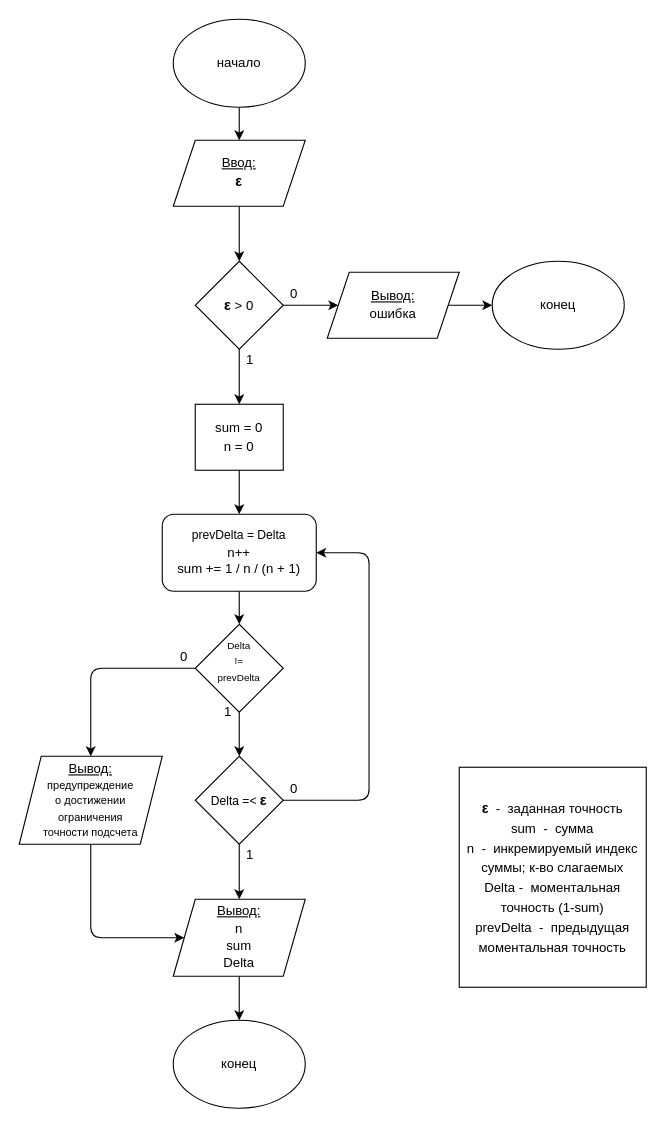
This is text/Диаграмма.drawio from eldarbr/silver-funicular, a draw.io file, before an edit. Source tidied: cells renumbered, new cells numbered last; positions are measured from the earlier drawing's top-left corner, leaving out a move shared by most shapes. Both pictures are drawn from the tidied source at 110%, with x=0, y=0 at pixel (19, 19).
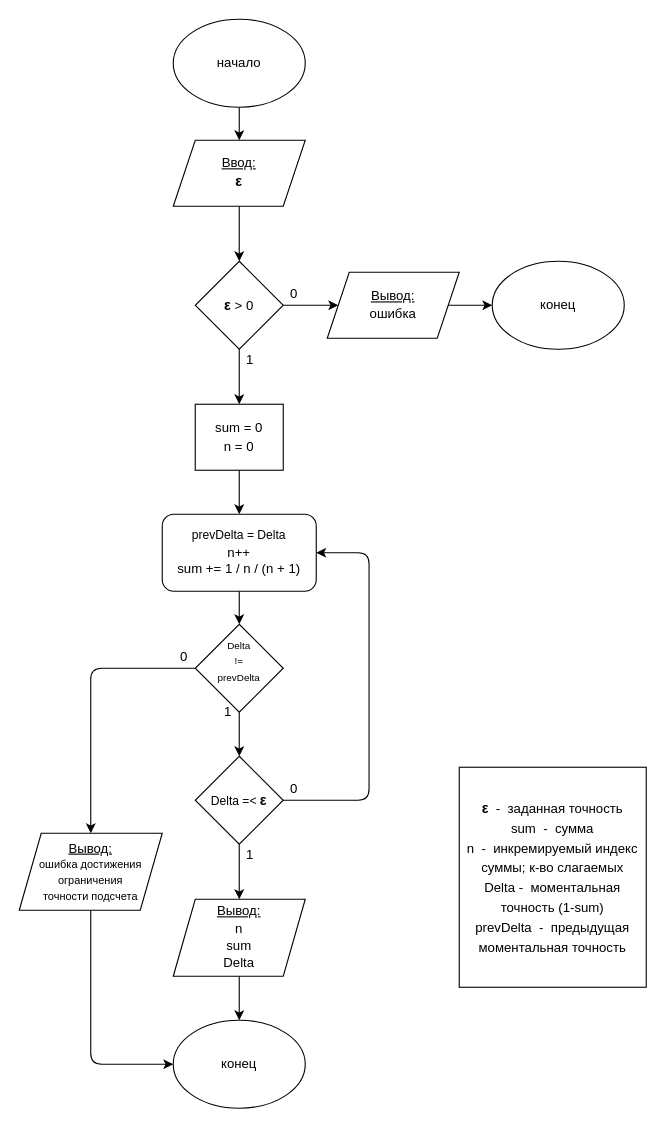
The same page after the edit.

Unchanged cells that the change refers to:
```xml
<mxCell id="14" value="&lt;p style=&quot;line-height: 1.3&quot;&gt;&lt;u&gt;Вывод:&lt;/u&gt;&lt;br&gt;n&lt;br&gt;sum&lt;br&gt;Delta&lt;/p&gt;" style="shape=parallelogram;perimeter=parallelogramPerimeter;whiteSpace=wrap;html=1;fixedSize=1;" parent="1" vertex="1">
  <mxGeometry x="140" y="800" width="120" height="70" as="geometry" />
</mxCell>
<mxCell id="16" value="конец" style="ellipse;whiteSpace=wrap;html=1;" parent="1" vertex="1">
  <mxGeometry x="140" y="910" width="120" height="80" as="geometry" />
</mxCell>
```

The edit, as a diff of the source:
```diff
@@
-    <mxCell id="32" value="&lt;font&gt;&lt;u&gt;&lt;font style=&quot;font-size: 12px&quot;&gt;Вывод:&lt;/font&gt;&lt;/u&gt;&lt;br&gt;&lt;span style=&quot;font-size: 10px&quot;&gt;предупреждение&lt;/span&gt;&lt;br&gt;&lt;span style=&quot;font-size: 10px&quot;&gt;о достижении&lt;/span&gt;&lt;br&gt;&lt;span style=&quot;font-size: 10px&quot;&gt;ограничения&lt;/span&gt;&lt;br&gt;&lt;span style=&quot;font-size: 10px&quot;&gt;точности подсчета&lt;/span&gt;&lt;/font&gt;" style="shape=parallelogram;perimeter=parallelogramPerimeter;whiteSpace=wrap;html=1;fixedSize=1;align=center;" parent="1" vertex="1">
-      <mxGeometry y="670" width="130" height="80" as="geometry" />
+    <mxCell id="32" value="&lt;font&gt;&lt;u&gt;&lt;font style=&quot;font-size: 12px&quot;&gt;Вывод:&lt;/font&gt;&lt;/u&gt;&lt;br&gt;&lt;span style=&quot;font-size: 10px&quot;&gt;ошибка&lt;/span&gt;&lt;span style=&quot;font-size: 10px&quot;&gt;&amp;nbsp;достижения&lt;/span&gt;&lt;br&gt;&lt;span style=&quot;font-size: 10px&quot;&gt;ограничения&lt;/span&gt;&lt;br&gt;&lt;span style=&quot;font-size: 10px&quot;&gt;точности подсчета&lt;/span&gt;&lt;/font&gt;" style="shape=parallelogram;perimeter=parallelogramPerimeter;whiteSpace=wrap;html=1;fixedSize=1;align=center;" parent="1" vertex="1">
+      <mxGeometry y="740" width="130" height="70" as="geometry" />
     </mxCell>
-    <mxCell id="33" style="endArrow=classic;html=1;exitX=0.5;exitY=1;exitDx=0;exitDy=0;entryX=0;entryY=0.5;entryDx=0;entryDy=0;" parent="1" edge="1" source="32" target="14">
+    <mxCell id="33" style="endArrow=classic;html=1;exitX=0.5;exitY=1;exitDx=0;exitDy=0;entryX=0;entryY=0.5;entryDx=0;entryDy=0;" parent="1" edge="1" source="32" target="16">
       <mxGeometry relative="1" as="geometry">
         <Array as="points">
-          <mxPoint x="65" y="835" />
+          <mxPoint x="65" y="950" />
         </Array>
       </mxGeometry>
     </mxCell>
```
